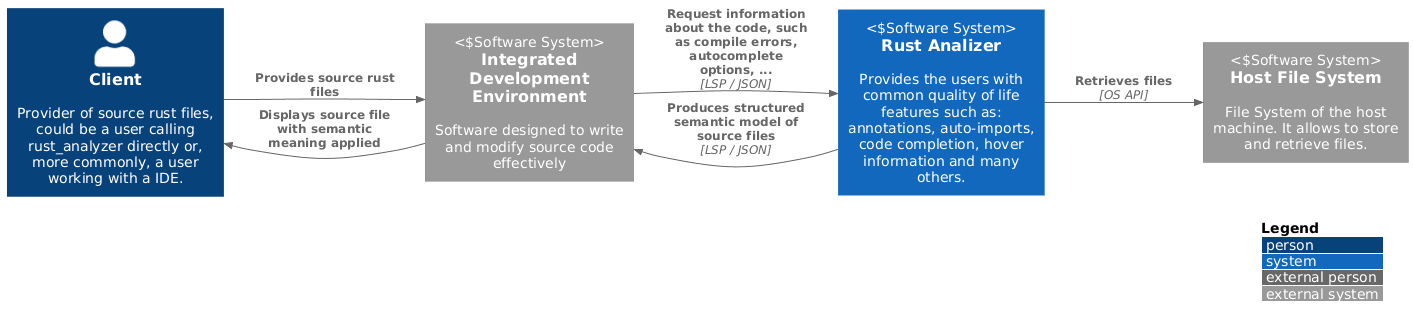
Before: img/diagrams/architecture/system-context.png, a diagram exported from PlantUML (SDATeam10/Project).
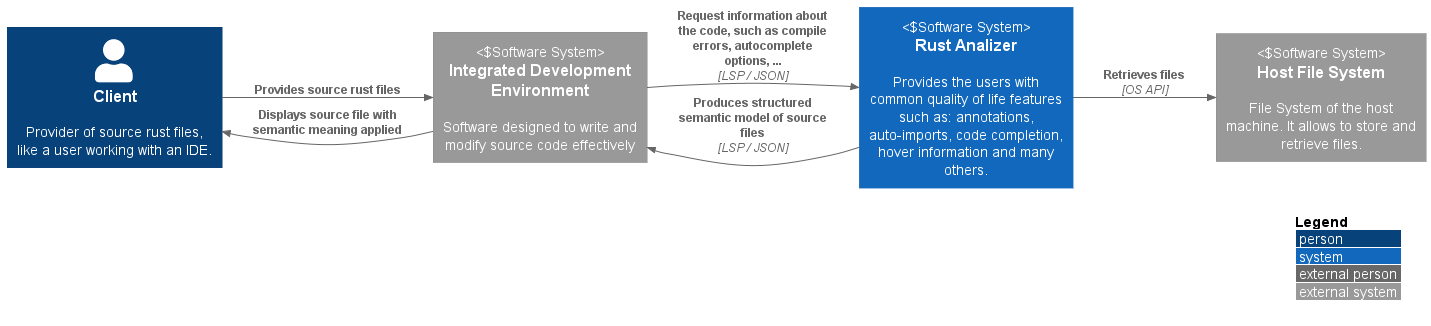
After the change.

Commit message:
fix: changed first two diagrams

Diff of the diagram source:
```diff
@@ -4,7 +4,7 @@
 
 LAYOUT_WITH_LEGEND()
 
-Person(client, "Client", "Provider of source rust files, could be a user calling rust_analyzer directly or, more commonly, a user working with a IDE.")
+Person(client, "Client", "Provider of source rust files, like a user working with an IDE.")
 System_Ext(ide, "Integrated Development Environment", "Software designed to write and modify source code effectively", "Software System")
 System_Ext(file_system, "Host File System", "File System of the host machine. It allows to store and retrieve files.", "Software System")
 System(system, "Rust Analizer", "Provides the users with common quality of life features such as: annotations, auto-imports, code completion, hover information and many others.", "Software System")
```
